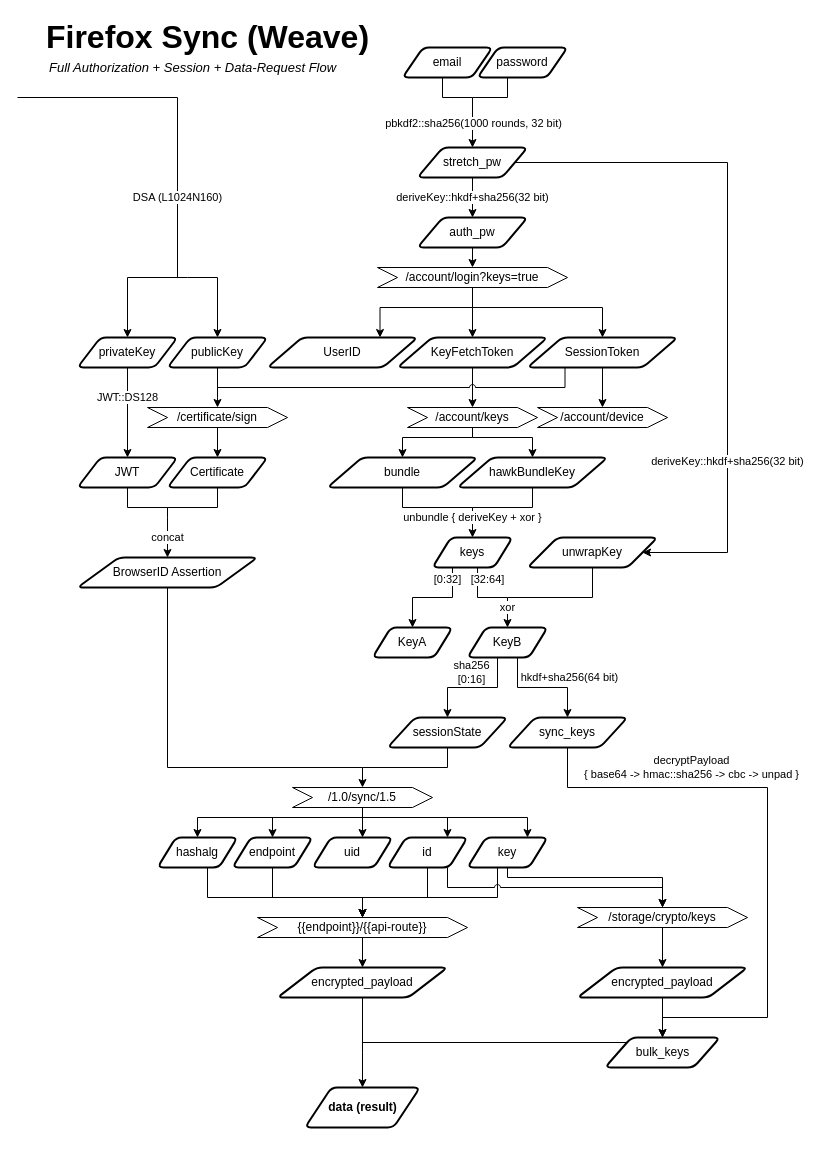
Before: readme-data/api-flow.drawio in Mikescher/firefox-sync-client, a draw.io diagram. Source tidied: cells renumbered, new cells numbered last; positions are measured from the earlier drawing's top-left corner, leaving out a move shared by most shapes. Both pictures are drawn from the tidied source at 100%, with x=0, y=0 at pixel (17, 17).
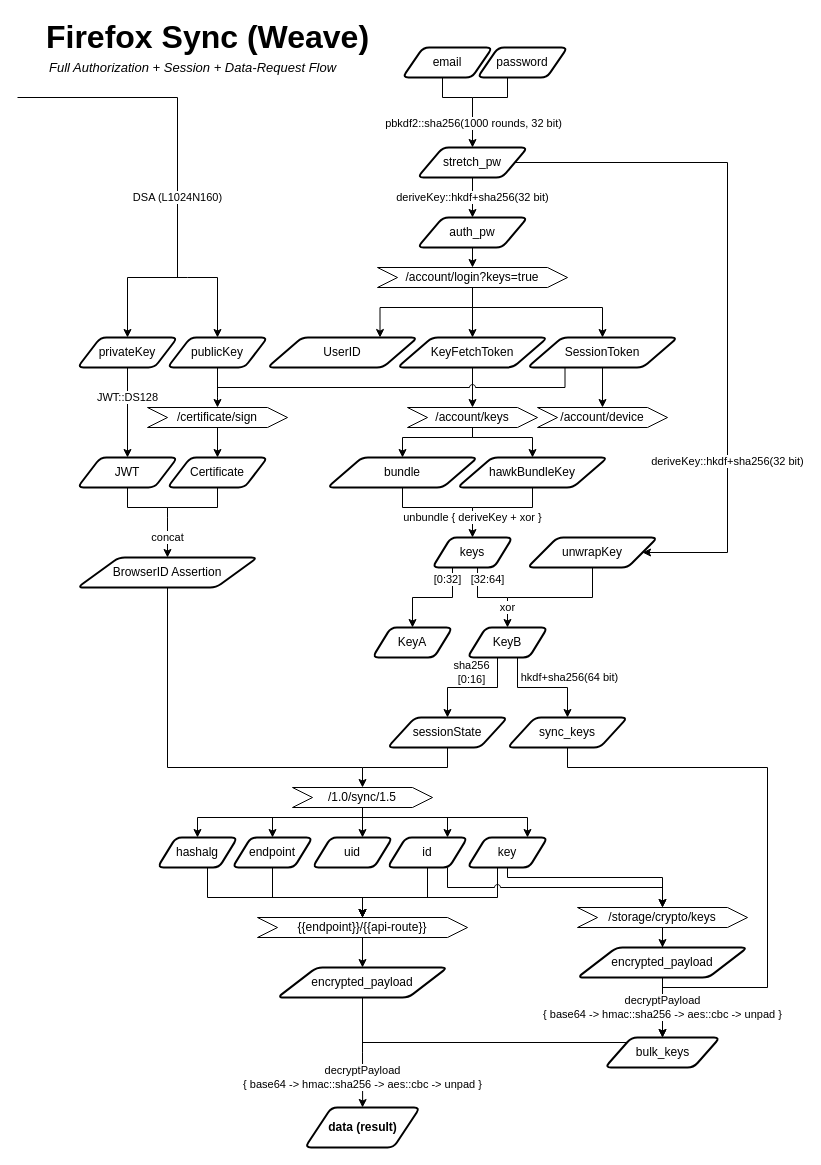
After the change.

Commit message (it also covers changes not shown here):
improve diagram

Unchanged cells that the change refers to:
```xml
<mxCell id="73" value="sync_keys" style="shape=parallelogram;html=1;strokeWidth=2;perimeter=parallelogramPerimeter;whiteSpace=wrap;rounded=1;arcSize=12;size=0.23;" parent="1" vertex="1">
  <mxGeometry x="490" y="700" width="120" height="30" as="geometry" />
</mxCell>
<mxCell id="100" value="bulk_keys" style="shape=parallelogram;html=1;strokeWidth=2;perimeter=parallelogramPerimeter;whiteSpace=wrap;rounded=1;arcSize=12;size=0.23;" parent="1" vertex="1">
  <mxGeometry x="587.5" y="1020" width="115" height="30" as="geometry" />
</mxCell>
```

What changed in the source:
```diff
@@
-    <mxCell id="72" value="decryptPayload &lt;br&gt;{ base64 -&amp;gt; hmac::sha256 -&amp;gt; cbc -&amp;gt; unpad }" style="edgeStyle=orthogonalEdgeStyle;rounded=0;jumpStyle=arc;jettySize=auto;html=1;entryX=0.5;entryY=0;entryDx=0;entryDy=0;startArrow=none;startFill=0;endArrow=classic;endFill=1;" parent="1" edge="1" source="73" target="100">
-      <mxGeometry x="-0.45" y="20" relative="1" as="geometry">
+    <mxCell id="72" style="edgeStyle=orthogonalEdgeStyle;rounded=0;jumpStyle=arc;jettySize=auto;html=1;entryX=0.5;entryY=0;entryDx=0;entryDy=0;startArrow=none;startFill=0;endArrow=classic;endFill=1;" parent="1" edge="1" source="73" target="100">
+      <mxGeometry x="-0.43" y="20" relative="1" as="geometry">
         <Array as="points">
-          <mxPoint x="550" y="770" />
-          <mxPoint x="750" y="770" />
-          <mxPoint x="750" y="1000" />
-          <mxPoint x="645" y="1000" />
+          <mxPoint x="550" y="750" />
+          <mxPoint x="750" y="750" />
+          <mxPoint x="750" y="970" />
+          <mxPoint x="645" y="970" />
         </Array>
       </mxGeometry>
     </mxCell>
@@
-    <mxCell id="97" style="edgeStyle=orthogonalEdgeStyle;rounded=0;jumpStyle=arc;jettySize=auto;html=1;startArrow=none;startFill=0;endArrow=classic;endFill=1;" parent="1" edge="1" source="98" target="100">
+    <mxCell id="97" value="decryptPayload &lt;br&gt;{ base64 -&amp;gt; hmac::sha256 -&amp;gt; aes::cbc -&amp;gt; unpad }" style="edgeStyle=orthogonalEdgeStyle;rounded=0;jumpStyle=arc;jettySize=auto;html=1;startArrow=none;startFill=0;endArrow=classic;endFill=1;" parent="1" edge="1" source="98" target="100">
       <mxGeometry relative="1" as="geometry" />
     </mxCell>
     <mxCell id="98" value="encrypted_payload" style="shape=parallelogram;html=1;strokeWidth=2;perimeter=parallelogramPerimeter;whiteSpace=wrap;rounded=1;arcSize=12;size=0.23;" parent="1" vertex="1">
-      <mxGeometry x="560" y="950" width="170" height="30" as="geometry" />
+      <mxGeometry x="560" y="930" width="170" height="30" as="geometry" />
     </mxCell>
@@
     <mxCell id="103" value="data (result)" style="shape=parallelogram;html=1;strokeWidth=2;perimeter=parallelogramPerimeter;whiteSpace=wrap;rounded=1;arcSize=12;size=0.23;fontStyle=1;" parent="1" vertex="1">
-      <mxGeometry x="287.5" y="1070" width="115" height="40" as="geometry" />
+      <mxGeometry x="287.5" y="1090" width="115" height="40" as="geometry" />
     </mxCell>
-    <mxCell id="104" style="edgeStyle=orthogonalEdgeStyle;rounded=0;jumpStyle=arc;jettySize=auto;html=1;entryX=0.5;entryY=0;entryDx=0;entryDy=0;startArrow=none;startFill=0;endArrow=classic;endFill=1;" parent="1" edge="1" target="103">
-      <mxGeometry relative="1" as="geometry">
+    <mxCell id="104" value="decryptPayload &lt;br&gt;{ base64 -&amp;gt; hmac::sha256 -&amp;gt; aes::cbc -&amp;gt; unpad }" style="edgeStyle=orthogonalEdgeStyle;rounded=0;jumpStyle=arc;jettySize=auto;html=1;entryX=0.5;entryY=0;entryDx=0;entryDy=0;startArrow=none;startFill=0;endArrow=classic;endFill=1;" parent="1" edge="1" target="103">
+      <mxGeometry x="-0.09" relative="1" as="geometry">
         <mxPoint x="345" y="1035" as="sourcePoint" />
       </mxGeometry>
     </mxCell>
```
